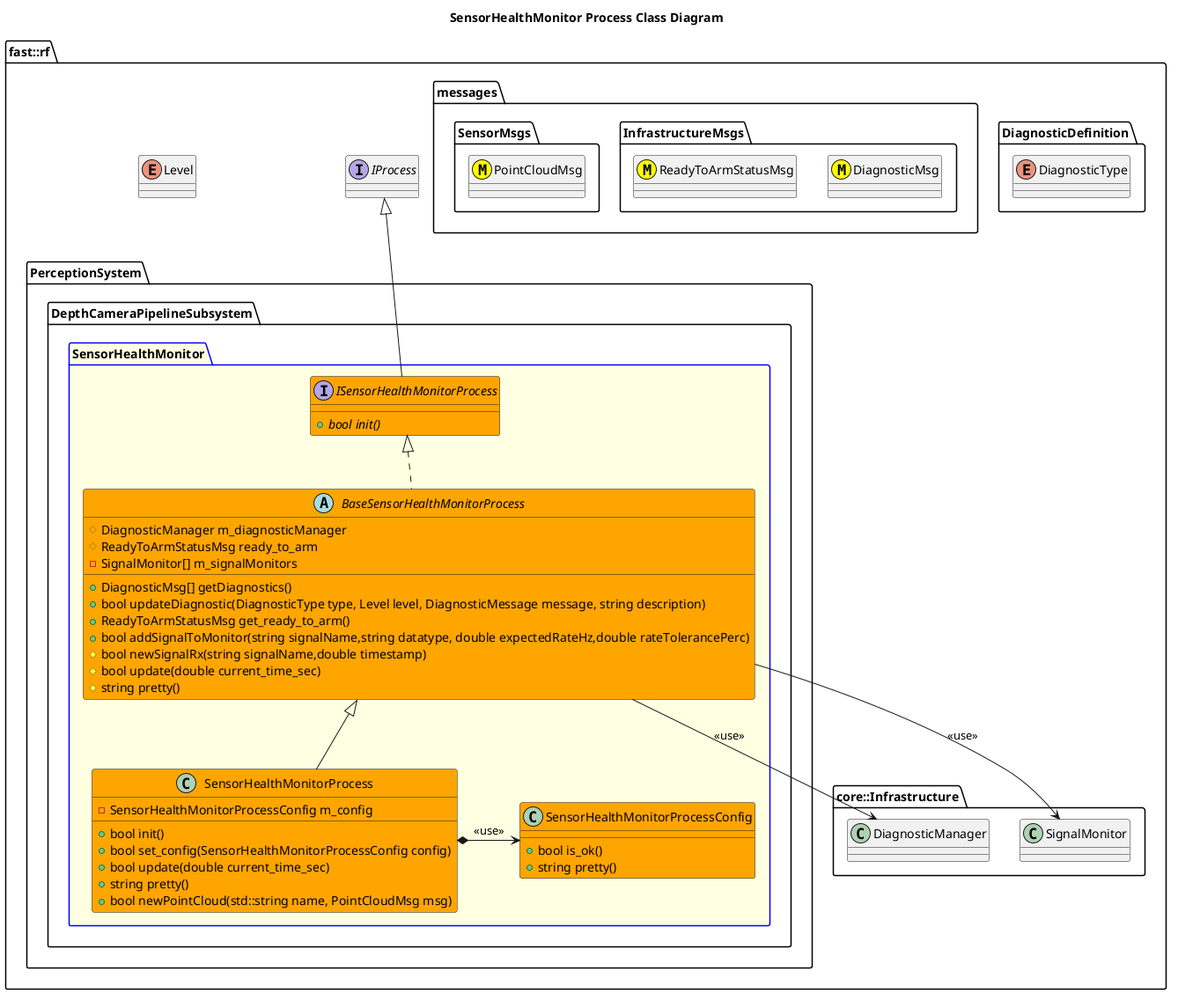
This is Systems/Perception/Subsystems/DepthCameraPipeline/Processes/SensorHealthMonitor/doc/puml/SensorHealthMonitorProcessClassDiagram.png from fastrobotics/robot_framework, a PlantUML export, as it was before one commit.
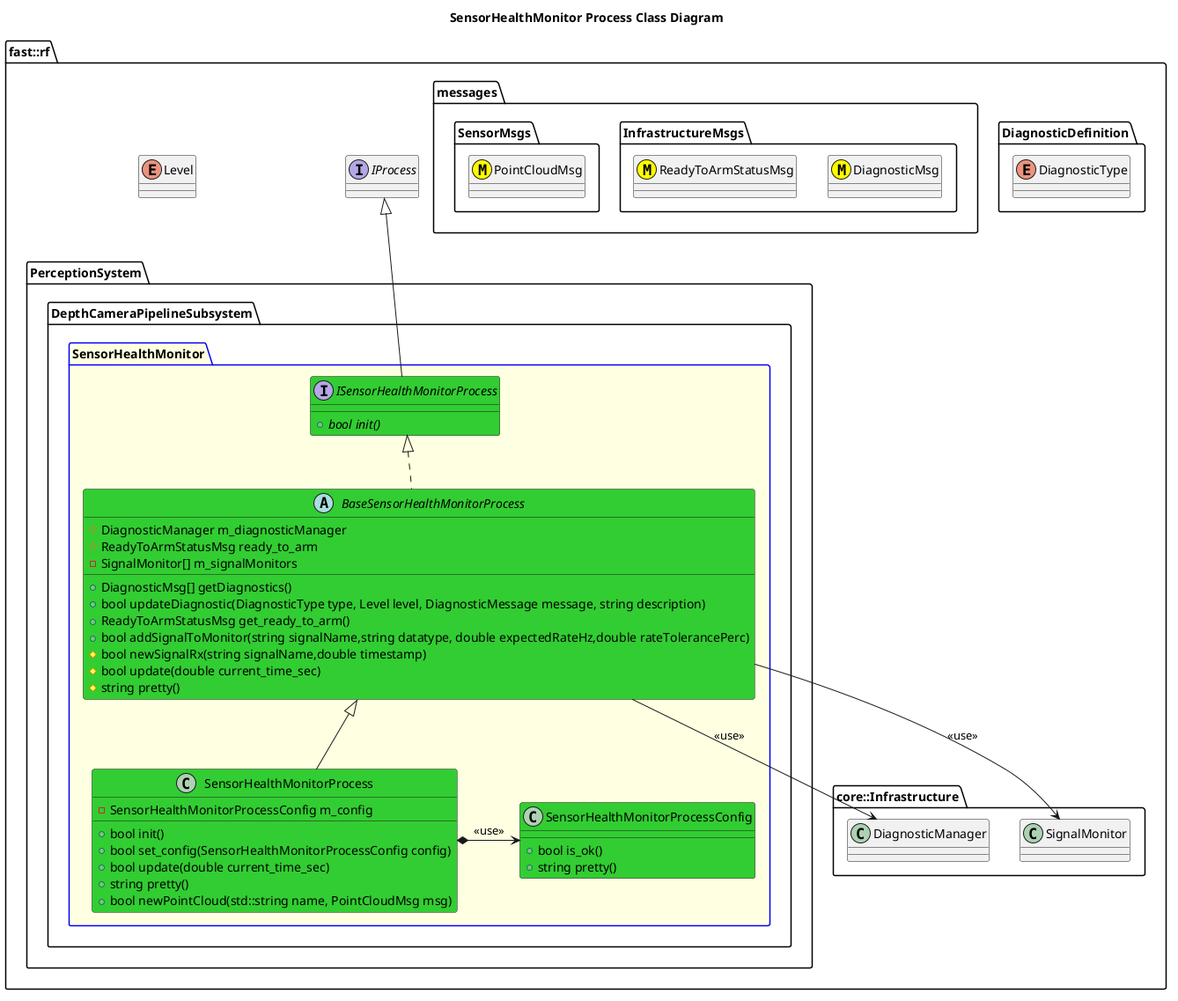
Later version of the same file.

What changed in the source:
```diff
@@ -26,11 +26,11 @@
 
         package SensorHealthMonitor #LightYellow;line:blue {
 
-            interface ISensorHealthMonitorProcess #Orange {
+            interface ISensorHealthMonitorProcess #LimeGreen {
                 +{abstract} bool init()
             }
             ISensorHealthMonitorProcess -up-|> IProcess
-            abstract BaseSensorHealthMonitorProcess #Orange {
+            abstract BaseSensorHealthMonitorProcess #LimeGreen {
                 +DiagnosticMsg[] getDiagnostics()
                 +bool updateDiagnostic(DiagnosticType type, Level level, DiagnosticMessage message, string description)
                 +ReadyToArmStatusMsg get_ready_to_arm()
@@ -45,11 +45,11 @@
             BaseSensorHealthMonitorProcess .up.|> ISensorHealthMonitorProcess
             BaseSensorHealthMonitorProcess --> DiagnosticManager: <<use>>
             BaseSensorHealthMonitorProcess --> SignalMonitor: <<use>>
-            class SensorHealthMonitorProcessConfig #Orange {
+            class SensorHealthMonitorProcessConfig #LimeGreen {
                 +bool is_ok()
                 +string pretty()
             }
-            class SensorHealthMonitorProcess #Orange {
+            class SensorHealthMonitorProcess #LimeGreen {
                 +bool init()
                 +bool set_config(SensorHealthMonitorProcessConfig config)
                 +bool update(double current_time_sec)
```
